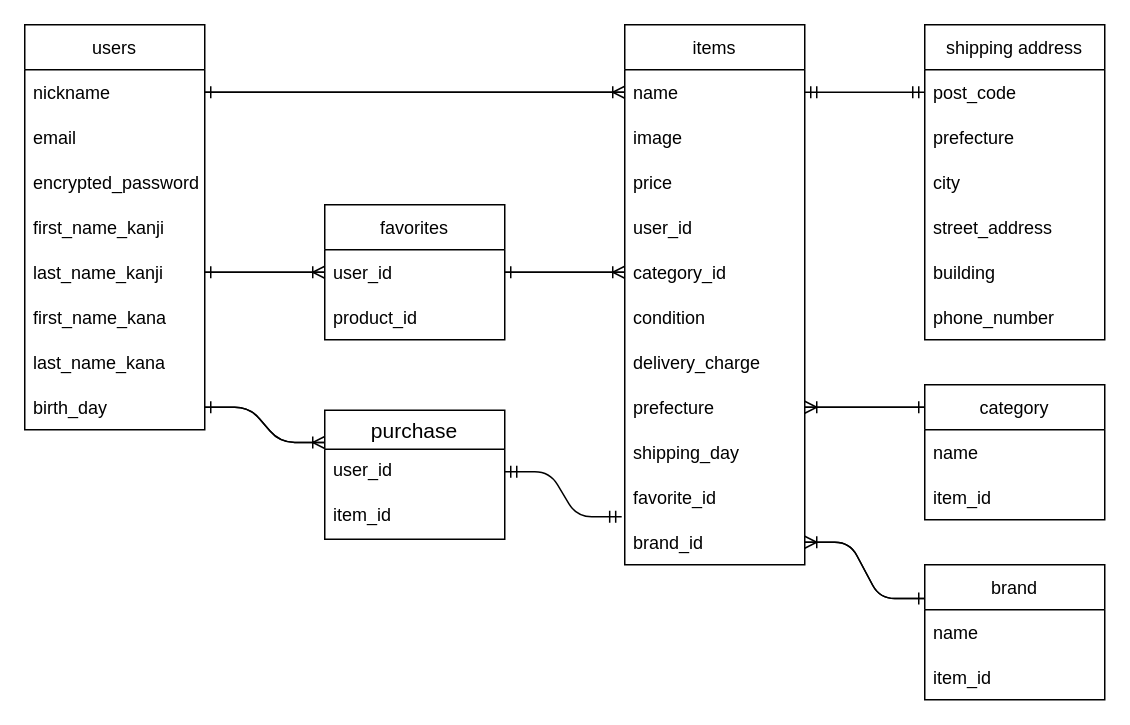
hachiko38101/furima-38101 keeps this draw.io diagram as ER.dio. Above is the earlier version. Source tidied: cells renumbered, new cells numbered last; positions are measured from the earlier drawing's top-left corner, leaving out a move shared by most shapes. Both pictures are drawn from the tidied source at 150%, with x=0, y=0 at pixel (24, 24).
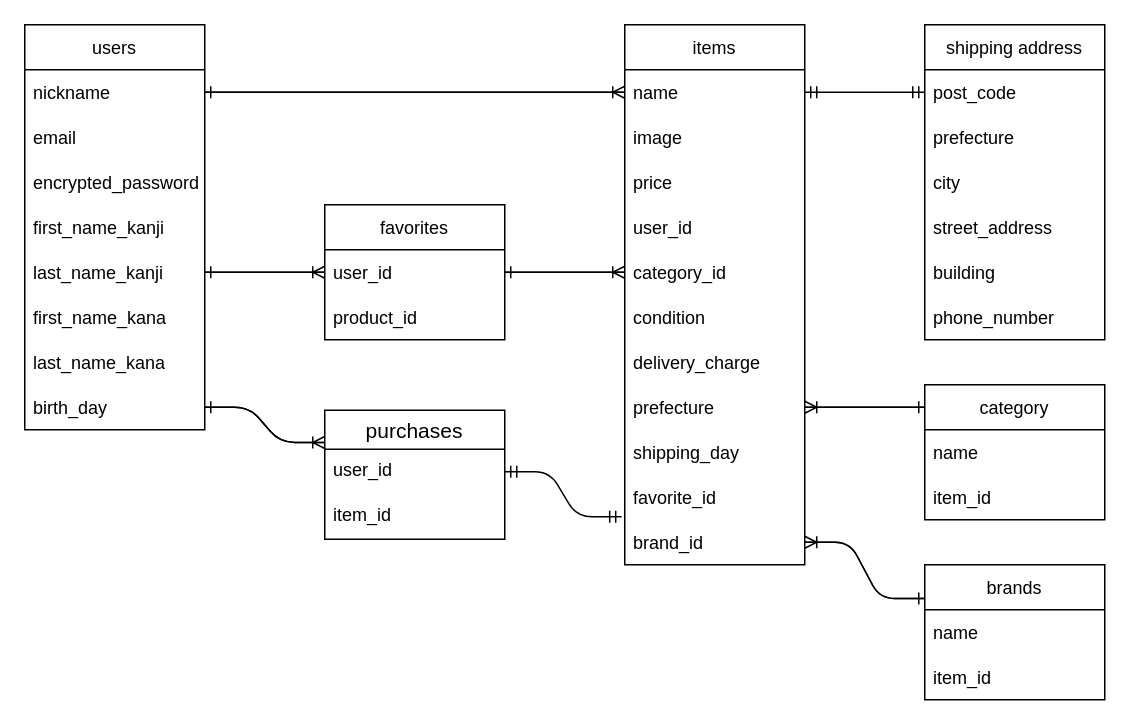
The same page after the edit.

Commit message (it also covers changes not shown here):
READMEのマーク記法修正

What changed in the source:
```diff
@@
-    <mxCell id="36" value="purchase" style="swimlane;fontStyle=0;horizontal=1;startSize=26;align=center;fontSize=14;" parent="1" vertex="1">
+    <mxCell id="36" value="purchases" style="swimlane;fontStyle=0;horizontal=1;startSize=26;align=center;fontSize=14;" parent="1" vertex="1">
       <mxGeometry x="200" y="257" width="120" height="86" as="geometry" />
     </mxCell>
@@
-    <mxCell id="45" value="brand" style="swimlane;fontStyle=0;horizontal=1;startSize=30;" parent="1" vertex="1">
+    <mxCell id="45" value="brands" style="swimlane;fontStyle=0;horizontal=1;startSize=30;" parent="1" vertex="1">
       <mxGeometry x="600" y="360" width="120" height="90" as="geometry" />
     </mxCell>
```
